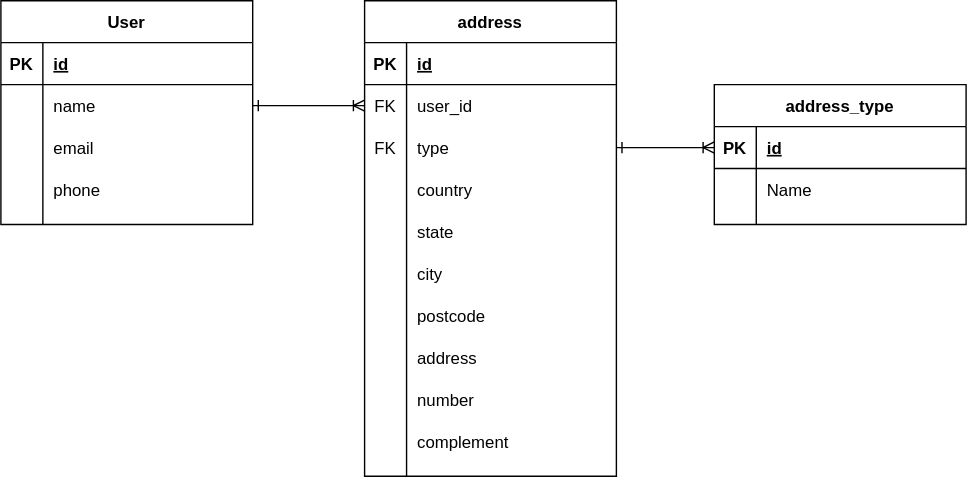
The draw.io diagram docs/images/db/user.drawio.svg in gsdenys/ecomerce-microservice-example, before a commit. Source tidied: cells renumbered, new cells last; positions are measured from the earlier drawing's top-left corner, leaving out a move shared by most shapes. The source it was exported from:
```xml
<mxGraphModel>
  <root>
    <mxCell id="0" />
    <mxCell id="1" parent="0" />
    <mxCell id="2" value="User" style="shape=table;startSize=30;rowLines=0;fontStyle=1;align=center;" parent="1" vertex="1">
      <mxGeometry width="180" height="160" as="geometry" />
    </mxCell>
    <mxCell id="3" style="shape=partialRectangle;fillColor=none;top=0;left=0;bottom=1;right=0;" parent="2" vertex="1">
      <mxGeometry y="30" width="180" height="30" as="geometry" />
    </mxCell>
    <mxCell id="4" value="PK" style="shape=partialRectangle;fillColor=none;top=0;left=0;bottom=0;right=0;fontStyle=1;overflow=hidden;" parent="3" vertex="1">
      <mxGeometry width="30" height="30" as="geometry" />
    </mxCell>
    <mxCell id="5" value="id" style="shape=partialRectangle;fillColor=none;top=0;left=0;bottom=0;right=0;align=left;spacingLeft=6;fontStyle=5;overflow=hidden;" parent="3" vertex="1">
      <mxGeometry x="30" width="150" height="30" as="geometry" />
    </mxCell>
    <mxCell id="6" style="shape=partialRectangle;fillColor=none;top=0;left=0;bottom=0;right=0;points=[[0,0.5],[1,0.5]];portConstraint=eastwest;" parent="2" vertex="1">
      <mxGeometry y="60" width="180" height="30" as="geometry" />
    </mxCell>
    <mxCell id="7" style="shape=partialRectangle;fillColor=none;top=0;left=0;bottom=0;right=0;overflow=hidden;" parent="6" vertex="1">
      <mxGeometry width="30" height="30" as="geometry" />
    </mxCell>
    <mxCell id="8" value="name " style="shape=partialRectangle;fillColor=none;top=0;left=0;bottom=0;right=0;align=left;spacingLeft=6;overflow=hidden;" parent="6" vertex="1">
      <mxGeometry x="30" width="150" height="30" as="geometry" />
    </mxCell>
    <mxCell id="9" style="shape=partialRectangle;fillColor=none;top=0;left=0;bottom=0;right=0;" parent="2" vertex="1">
      <mxGeometry y="90" width="180" height="30" as="geometry" />
    </mxCell>
    <mxCell id="10" style="shape=partialRectangle;fillColor=none;top=0;left=0;bottom=0;right=0;overflow=hidden;" parent="9" vertex="1">
      <mxGeometry width="30" height="30" as="geometry" />
    </mxCell>
    <mxCell id="11" value="email" style="shape=partialRectangle;fillColor=none;top=0;left=0;bottom=0;right=0;align=left;spacingLeft=6;overflow=hidden;" parent="9" vertex="1">
      <mxGeometry x="30" width="150" height="30" as="geometry" />
    </mxCell>
    <mxCell id="12" style="shape=partialRectangle;fillColor=none;top=0;left=0;bottom=0;right=0;" parent="2" vertex="1">
      <mxGeometry y="120" width="180" height="30" as="geometry" />
    </mxCell>
    <mxCell id="13" style="shape=partialRectangle;fillColor=none;top=0;left=0;bottom=0;right=0;overflow=hidden;" parent="12" vertex="1">
      <mxGeometry width="30" height="30" as="geometry" />
    </mxCell>
    <mxCell id="14" value="phone" style="shape=partialRectangle;fillColor=none;top=0;left=0;bottom=0;right=0;align=left;spacingLeft=6;overflow=hidden;" parent="12" vertex="1">
      <mxGeometry x="30" width="150" height="30" as="geometry" />
    </mxCell>
    <mxCell id="15" value="address" style="shape=table;startSize=30;rowLines=0;fontStyle=1;align=center;" parent="1" vertex="1">
      <mxGeometry x="260" width="180" height="340" as="geometry" />
    </mxCell>
    <mxCell id="16" style="shape=partialRectangle;fillColor=none;top=0;left=0;bottom=1;right=0;" parent="15" vertex="1">
      <mxGeometry y="30" width="180" height="30" as="geometry" />
    </mxCell>
    <mxCell id="17" value="PK" style="shape=partialRectangle;fillColor=none;top=0;left=0;bottom=0;right=0;fontStyle=1;overflow=hidden;" parent="16" vertex="1">
      <mxGeometry width="30" height="30" as="geometry" />
    </mxCell>
    <mxCell id="18" value="id" style="shape=partialRectangle;fillColor=none;top=0;left=0;bottom=0;right=0;align=left;spacingLeft=6;fontStyle=5;overflow=hidden;" parent="16" vertex="1">
      <mxGeometry x="30" width="150" height="30" as="geometry" />
    </mxCell>
    <mxCell id="19" style="shape=partialRectangle;fillColor=none;top=0;left=0;bottom=0;right=0;points=[[0,0.5],[1,0.5]];portConstraint=eastwest;" parent="15" vertex="1">
      <mxGeometry y="60" width="180" height="30" as="geometry" />
    </mxCell>
    <mxCell id="20" value="FK" style="shape=partialRectangle;fillColor=none;top=0;left=0;bottom=0;right=0;overflow=hidden;" parent="19" vertex="1">
      <mxGeometry width="30" height="30" as="geometry" />
    </mxCell>
    <mxCell id="21" value="user_id" style="shape=partialRectangle;fillColor=none;top=0;left=0;bottom=0;right=0;align=left;spacingLeft=6;overflow=hidden;" parent="19" vertex="1">
      <mxGeometry x="30" width="150" height="30" as="geometry" />
    </mxCell>
    <mxCell id="22" style="shape=partialRectangle;fillColor=none;top=0;left=0;bottom=0;right=0;points=[[0,0.5],[1,0.5]];portConstraint=eastwest;" parent="15" vertex="1">
      <mxGeometry y="90" width="180" height="30" as="geometry" />
    </mxCell>
    <mxCell id="23" value="FK" style="shape=partialRectangle;fillColor=none;top=0;left=0;bottom=0;right=0;overflow=hidden;" parent="22" vertex="1">
      <mxGeometry width="30" height="30" as="geometry" />
    </mxCell>
    <mxCell id="24" value="type" style="shape=partialRectangle;fillColor=none;top=0;left=0;bottom=0;right=0;align=left;spacingLeft=6;overflow=hidden;" parent="22" vertex="1">
      <mxGeometry x="30" width="150" height="30" as="geometry" />
    </mxCell>
    <mxCell id="25" style="shape=partialRectangle;fillColor=none;top=0;left=0;bottom=0;right=0;" parent="15" vertex="1">
      <mxGeometry y="120" width="180" height="30" as="geometry" />
    </mxCell>
    <mxCell id="26" style="shape=partialRectangle;fillColor=none;top=0;left=0;bottom=0;right=0;overflow=hidden;" parent="25" vertex="1">
      <mxGeometry width="30" height="30" as="geometry" />
    </mxCell>
    <mxCell id="27" value="country" style="shape=partialRectangle;fillColor=none;top=0;left=0;bottom=0;right=0;align=left;spacingLeft=6;overflow=hidden;" parent="25" vertex="1">
      <mxGeometry x="30" width="150" height="30" as="geometry" />
    </mxCell>
    <mxCell id="28" style="shape=partialRectangle;fillColor=none;top=0;left=0;bottom=0;right=0;" parent="15" vertex="1">
      <mxGeometry y="150" width="180" height="30" as="geometry" />
    </mxCell>
    <mxCell id="29" style="shape=partialRectangle;fillColor=none;top=0;left=0;bottom=0;right=0;overflow=hidden;" parent="28" vertex="1">
      <mxGeometry width="30" height="30" as="geometry" />
    </mxCell>
    <mxCell id="30" value="state" style="shape=partialRectangle;fillColor=none;top=0;left=0;bottom=0;right=0;align=left;spacingLeft=6;overflow=hidden;" parent="28" vertex="1">
      <mxGeometry x="30" width="150" height="30" as="geometry" />
    </mxCell>
    <mxCell id="31" style="shape=partialRectangle;fillColor=none;top=0;left=0;bottom=0;right=0;" parent="15" vertex="1">
      <mxGeometry y="180" width="180" height="30" as="geometry" />
    </mxCell>
    <mxCell id="32" style="shape=partialRectangle;fillColor=none;top=0;left=0;bottom=0;right=0;overflow=hidden;" parent="31" vertex="1">
      <mxGeometry width="30" height="30" as="geometry" />
    </mxCell>
    <mxCell id="33" value="city" style="shape=partialRectangle;fillColor=none;top=0;left=0;bottom=0;right=0;align=left;spacingLeft=6;overflow=hidden;" parent="31" vertex="1">
      <mxGeometry x="30" width="150" height="30" as="geometry" />
    </mxCell>
    <mxCell id="34" style="shape=partialRectangle;fillColor=none;top=0;left=0;bottom=0;right=0;" parent="15" vertex="1">
      <mxGeometry y="210" width="180" height="30" as="geometry" />
    </mxCell>
    <mxCell id="35" style="shape=partialRectangle;fillColor=none;top=0;left=0;bottom=0;right=0;overflow=hidden;" parent="34" vertex="1">
      <mxGeometry width="30" height="30" as="geometry" />
    </mxCell>
    <mxCell id="36" value="postcode" style="shape=partialRectangle;fillColor=none;top=0;left=0;bottom=0;right=0;align=left;spacingLeft=6;overflow=hidden;" parent="34" vertex="1">
      <mxGeometry x="30" width="150" height="30" as="geometry" />
    </mxCell>
    <mxCell id="37" style="shape=partialRectangle;fillColor=none;top=0;left=0;bottom=0;right=0;" parent="15" vertex="1">
      <mxGeometry y="240" width="180" height="30" as="geometry" />
    </mxCell>
    <mxCell id="38" style="shape=partialRectangle;fillColor=none;top=0;left=0;bottom=0;right=0;overflow=hidden;" parent="37" vertex="1">
      <mxGeometry width="30" height="30" as="geometry" />
    </mxCell>
    <mxCell id="39" value="address" style="shape=partialRectangle;fillColor=none;top=0;left=0;bottom=0;right=0;align=left;spacingLeft=6;overflow=hidden;" parent="37" vertex="1">
      <mxGeometry x="30" width="150" height="30" as="geometry" />
    </mxCell>
    <mxCell id="40" style="shape=partialRectangle;fillColor=none;top=0;left=0;bottom=0;right=0;" parent="15" vertex="1">
      <mxGeometry y="270" width="180" height="30" as="geometry" />
    </mxCell>
    <mxCell id="41" style="shape=partialRectangle;fillColor=none;top=0;left=0;bottom=0;right=0;overflow=hidden;" parent="40" vertex="1">
      <mxGeometry width="30" height="30" as="geometry" />
    </mxCell>
    <mxCell id="42" value="number" style="shape=partialRectangle;fillColor=none;top=0;left=0;bottom=0;right=0;align=left;spacingLeft=6;overflow=hidden;" parent="40" vertex="1">
      <mxGeometry x="30" width="150" height="30" as="geometry" />
    </mxCell>
    <mxCell id="43" style="shape=partialRectangle;fillColor=none;top=0;left=0;bottom=0;right=0;" parent="15" vertex="1">
      <mxGeometry y="300" width="180" height="30" as="geometry" />
    </mxCell>
    <mxCell id="44" style="shape=partialRectangle;fillColor=none;top=0;left=0;bottom=0;right=0;overflow=hidden;" parent="43" vertex="1">
      <mxGeometry width="30" height="30" as="geometry" />
    </mxCell>
    <mxCell id="45" value="complement" style="shape=partialRectangle;fillColor=none;top=0;left=0;bottom=0;right=0;align=left;spacingLeft=6;overflow=hidden;" parent="43" vertex="1">
      <mxGeometry x="30" width="150" height="30" as="geometry" />
    </mxCell>
    <mxCell id="46" value="address_type" style="shape=table;startSize=30;rowLines=0;fontStyle=1;align=center;" parent="1" vertex="1">
      <mxGeometry x="510" y="60" width="180" height="100" as="geometry" />
    </mxCell>
    <mxCell id="47" style="shape=partialRectangle;fillColor=none;top=0;left=0;bottom=1;right=0;points=[[0,0.5],[1,0.5]];portConstraint=eastwest;" parent="46" vertex="1">
      <mxGeometry y="30" width="180" height="30" as="geometry" />
    </mxCell>
    <mxCell id="48" value="PK" style="shape=partialRectangle;fillColor=none;top=0;left=0;bottom=0;right=0;fontStyle=1;overflow=hidden;" parent="47" vertex="1">
      <mxGeometry width="30" height="30" as="geometry" />
    </mxCell>
    <mxCell id="49" value="id" style="shape=partialRectangle;fillColor=none;top=0;left=0;bottom=0;right=0;align=left;spacingLeft=6;fontStyle=5;overflow=hidden;" parent="47" vertex="1">
      <mxGeometry x="30" width="150" height="30" as="geometry" />
    </mxCell>
    <mxCell id="50" style="shape=partialRectangle;fillColor=none;top=0;left=0;bottom=0;right=0;" parent="46" vertex="1">
      <mxGeometry y="60" width="180" height="30" as="geometry" />
    </mxCell>
    <mxCell id="51" style="shape=partialRectangle;fillColor=none;top=0;left=0;bottom=0;right=0;overflow=hidden;" parent="50" vertex="1">
      <mxGeometry width="30" height="30" as="geometry" />
    </mxCell>
    <mxCell id="52" value="Name" style="shape=partialRectangle;fillColor=none;top=0;left=0;bottom=0;right=0;align=left;spacingLeft=6;overflow=hidden;" parent="50" vertex="1">
      <mxGeometry x="30" width="150" height="30" as="geometry" />
    </mxCell>
    <mxCell id="53" style="edgeStyle=orthogonalEdgeStyle;rounded=0;jettySize=auto;html=1;endArrow=ERoneToMany;endFill=0;startArrow=ERone;startFill=0;" parent="1" edge="1" source="22" target="47">
      <mxGeometry relative="1" as="geometry" />
    </mxCell>
    <mxCell id="54" style="edgeStyle=orthogonalEdgeStyle;rounded=0;jettySize=auto;html=1;entryX=1;entryY=0.5;entryDx=0;entryDy=0;startArrow=ERoneToMany;startFill=0;endArrow=ERone;endFill=0;" parent="1" edge="1" source="19" target="6">
      <mxGeometry relative="1" as="geometry" />
    </mxCell>
  </root>
</mxGraphModel>
```
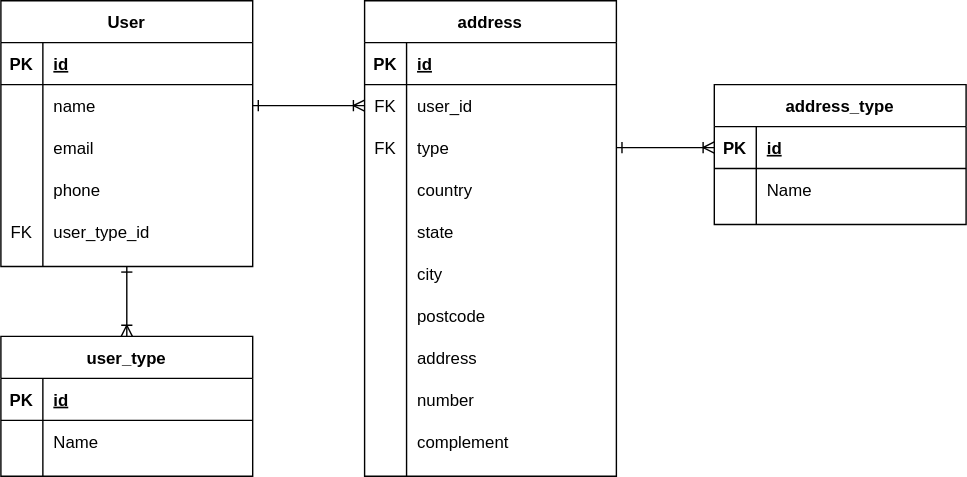
Later version of the same file.

What changed in the source:
```diff
@@ -2,8 +2,11 @@
   <root>
     <mxCell id="0" />
     <mxCell id="1" parent="0" />
+    <mxCell id="55" style="edgeStyle=orthogonalEdgeStyle;rounded=0;jettySize=auto;html=1;endArrow=ERoneToMany;endFill=0;startArrow=ERone;startFill=0;" parent="1" edge="1" source="2" target="59">
+      <mxGeometry relative="1" as="geometry" />
+    </mxCell>
     <mxCell id="2" value="User" style="shape=table;startSize=30;rowLines=0;fontStyle=1;align=center;" parent="1" vertex="1">
-      <mxGeometry width="180" height="160" as="geometry" />
+      <mxGeometry width="180" height="190" as="geometry" />
     </mxCell>
     <mxCell id="3" style="shape=partialRectangle;fillColor=none;top=0;left=0;bottom=1;right=0;" parent="2" vertex="1">
       <mxGeometry y="30" width="180" height="30" as="geometry" />
@@ -41,6 +44,15 @@
     <mxCell id="14" value="phone" style="shape=partialRectangle;fillColor=none;top=0;left=0;bottom=0;right=0;align=left;spacingLeft=6;overflow=hidden;" parent="12" vertex="1">
       <mxGeometry x="30" width="150" height="30" as="geometry" />
     </mxCell>
+    <mxCell id="56" style="shape=partialRectangle;fillColor=none;top=0;left=0;bottom=0;right=0;" parent="2" vertex="1">
+      <mxGeometry y="150" width="180" height="30" as="geometry" />
+    </mxCell>
+    <mxCell id="57" value="FK" style="shape=partialRectangle;fillColor=none;top=0;left=0;bottom=0;right=0;overflow=hidden;" parent="56" vertex="1">
+      <mxGeometry width="30" height="30" as="geometry" />
+    </mxCell>
+    <mxCell id="58" value="user_type_id" style="shape=partialRectangle;fillColor=none;top=0;left=0;bottom=0;right=0;align=left;spacingLeft=6;overflow=hidden;" parent="56" vertex="1">
+      <mxGeometry x="30" width="150" height="30" as="geometry" />
+    </mxCell>
     <mxCell id="15" value="address" style="shape=table;startSize=30;rowLines=0;fontStyle=1;align=center;" parent="1" vertex="1">
       <mxGeometry x="260" width="180" height="340" as="geometry" />
     </mxCell>
@@ -161,5 +173,26 @@
     <mxCell id="54" style="edgeStyle=orthogonalEdgeStyle;rounded=0;jettySize=auto;html=1;entryX=1;entryY=0.5;entryDx=0;entryDy=0;startArrow=ERoneToMany;startFill=0;endArrow=ERone;endFill=0;" parent="1" edge="1" source="19" target="6">
       <mxGeometry relative="1" as="geometry" />
     </mxCell>
+    <mxCell id="59" value="user_type" style="shape=table;startSize=30;rowLines=0;fontStyle=1;align=center;" parent="1" vertex="1">
+      <mxGeometry y="240" width="180" height="100" as="geometry" />
+    </mxCell>
+    <mxCell id="60" style="shape=partialRectangle;fillColor=none;top=0;left=0;bottom=1;right=0;" parent="59" vertex="1">
+      <mxGeometry y="30" width="180" height="30" as="geometry" />
+    </mxCell>
+    <mxCell id="61" value="PK" style="shape=partialRectangle;fillColor=none;top=0;left=0;bottom=0;right=0;fontStyle=1;overflow=hidden;" parent="60" vertex="1">
+      <mxGeometry width="30" height="30" as="geometry" />
+    </mxCell>
+    <mxCell id="62" value="id" style="shape=partialRectangle;fillColor=none;top=0;left=0;bottom=0;right=0;align=left;spacingLeft=6;fontStyle=5;overflow=hidden;" parent="60" vertex="1">
+      <mxGeometry x="30" width="150" height="30" as="geometry" />
+    </mxCell>
+    <mxCell id="63" style="shape=partialRectangle;fillColor=none;top=0;left=0;bottom=0;right=0;" parent="59" vertex="1">
+      <mxGeometry y="60" width="180" height="30" as="geometry" />
+    </mxCell>
+    <mxCell id="64" style="shape=partialRectangle;fillColor=none;top=0;left=0;bottom=0;right=0;overflow=hidden;" parent="63" vertex="1">
+      <mxGeometry width="30" height="30" as="geometry" />
+    </mxCell>
+    <mxCell id="65" value="Name" style="shape=partialRectangle;fillColor=none;top=0;left=0;bottom=0;right=0;align=left;spacingLeft=6;overflow=hidden;" parent="63" vertex="1">
+      <mxGeometry x="30" width="150" height="30" as="geometry" />
+    </mxCell>
   </root>
 </mxGraphModel>
```
